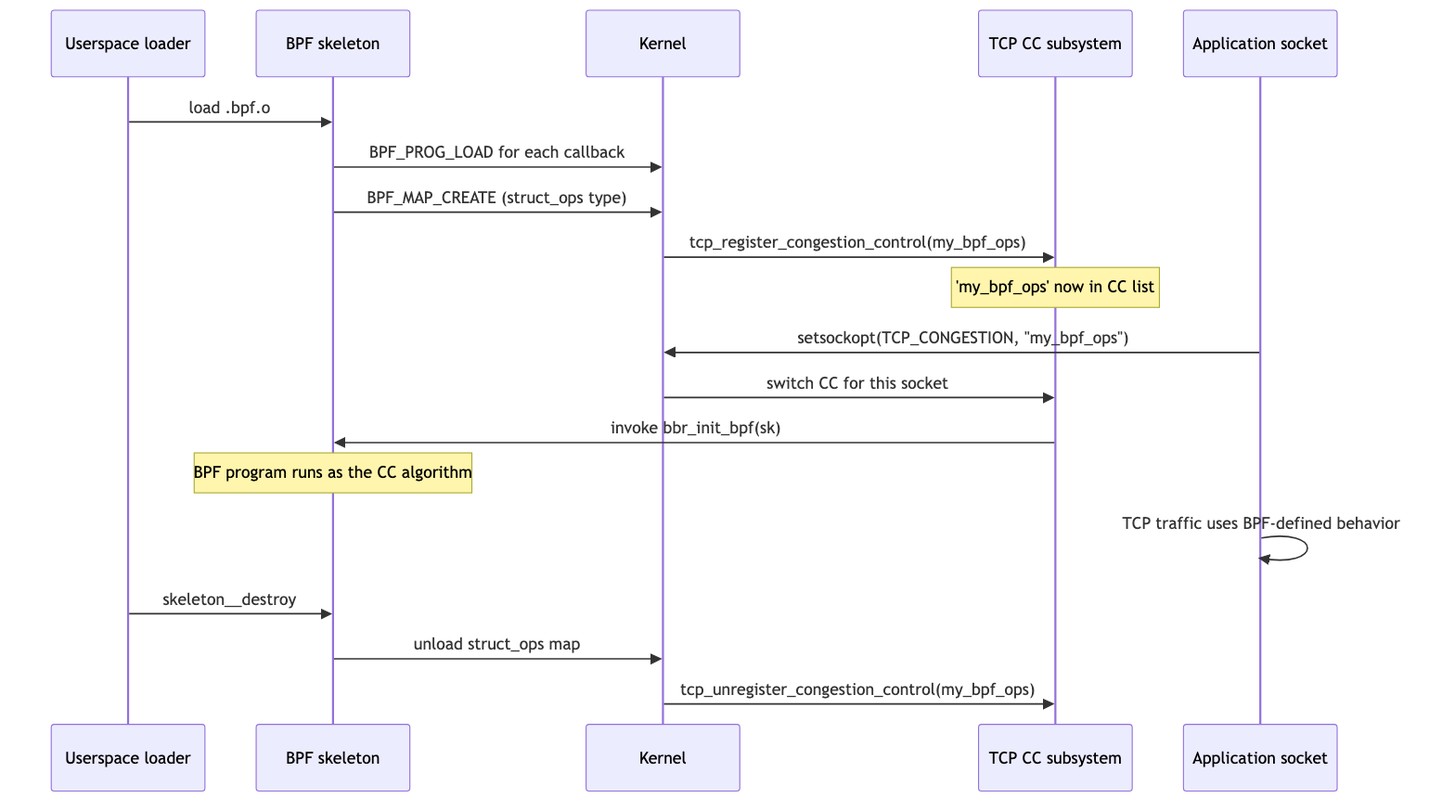
This is ebpf/src/diagrams/day22_struct_ops_lifecycle.png from biefy/books, a Mermaid export, as it was before one commit. Its source is kept beside it as ebpf/src/diagrams/src/day22_struct_ops_lifecycle.mmd.
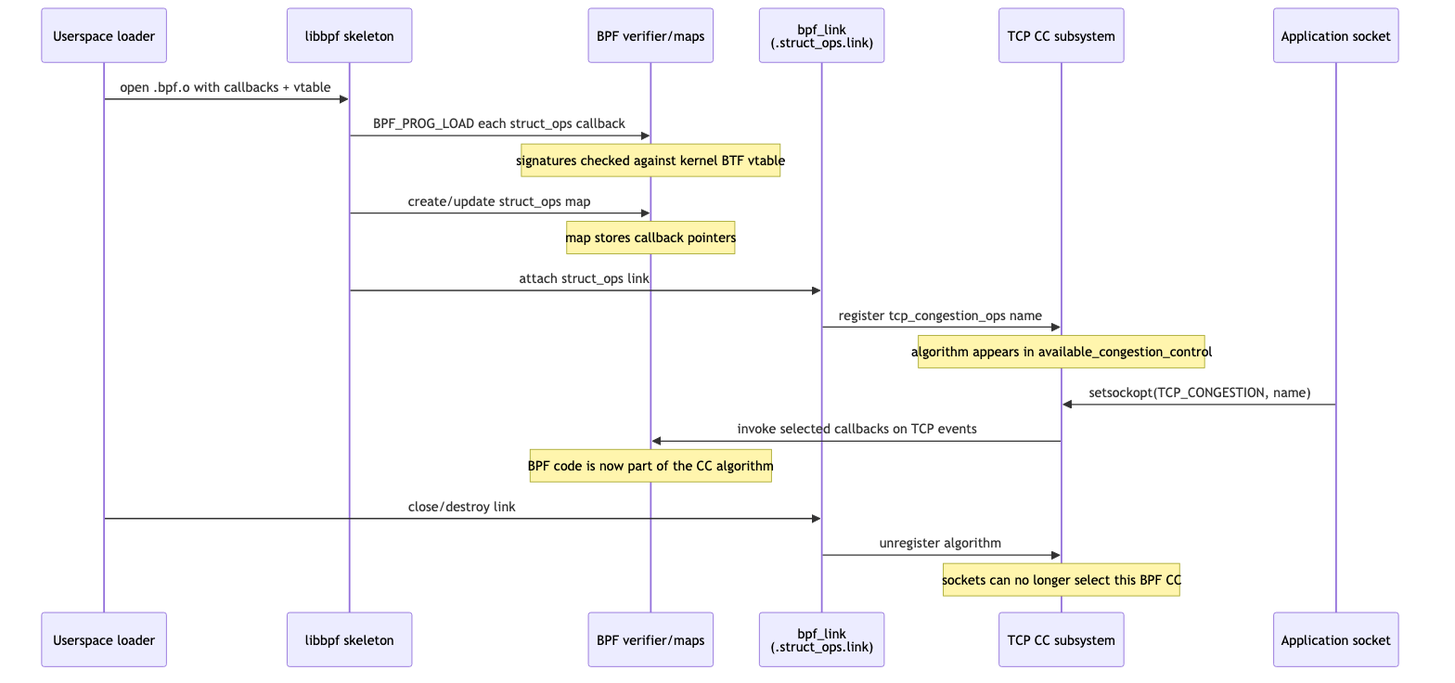
The same file after the commit.

Diff of the diagram source:
```diff
@@ -1,22 +1,22 @@
 sequenceDiagram
     participant US as Userspace loader
-    participant BPF as BPF skeleton
-    participant K as Kernel
+    participant LIB as libbpf skeleton
+    participant BPF as BPF verifier/maps
+    participant LNK as bpf_link<br/>(.struct_ops.link)
     participant TCP as TCP CC subsystem
-    participant SOCK as Application socket
+    participant SK as Application socket
 
-    US->>BPF: load .bpf.o
-    BPF->>K: BPF_PROG_LOAD for each callback
-    BPF->>K: BPF_MAP_CREATE (struct_ops type)
-    K->>TCP: tcp_register_congestion_control(my_bpf_ops)
-    Note over TCP: 'my_bpf_ops' now in CC list
-
-    SOCK->>K: setsockopt(TCP_CONGESTION, "my_bpf_ops")
-    K->>TCP: switch CC for this socket
-    TCP->>BPF: invoke bbr_init_bpf(sk)
-    Note over BPF: BPF program runs as the CC algorithm
-    SOCK->>SOCK: TCP traffic uses BPF-defined behavior
-
-    US->>BPF: skeleton__destroy
-    BPF->>K: unload struct_ops map
-    K->>TCP: tcp_unregister_congestion_control(my_bpf_ops)
+    US->>LIB: open .bpf.o with callbacks + vtable
+    LIB->>BPF: BPF_PROG_LOAD each struct_ops callback
+    Note over BPF: signatures checked against kernel BTF vtable
+    LIB->>BPF: create/update struct_ops map
+    Note over BPF: map stores callback pointers
+    LIB->>LNK: attach struct_ops link
+    LNK->>TCP: register tcp_congestion_ops name
+    Note over TCP: algorithm appears in available_congestion_control
+    SK->>TCP: setsockopt(TCP_CONGESTION, name)
+    TCP->>BPF: invoke selected callbacks on TCP events
+    Note over BPF: BPF code is now part of the CC algorithm
+    US->>LNK: close/destroy link
+    LNK->>TCP: unregister algorithm
+    Note over TCP: sockets can no longer select this BPF CC
```
